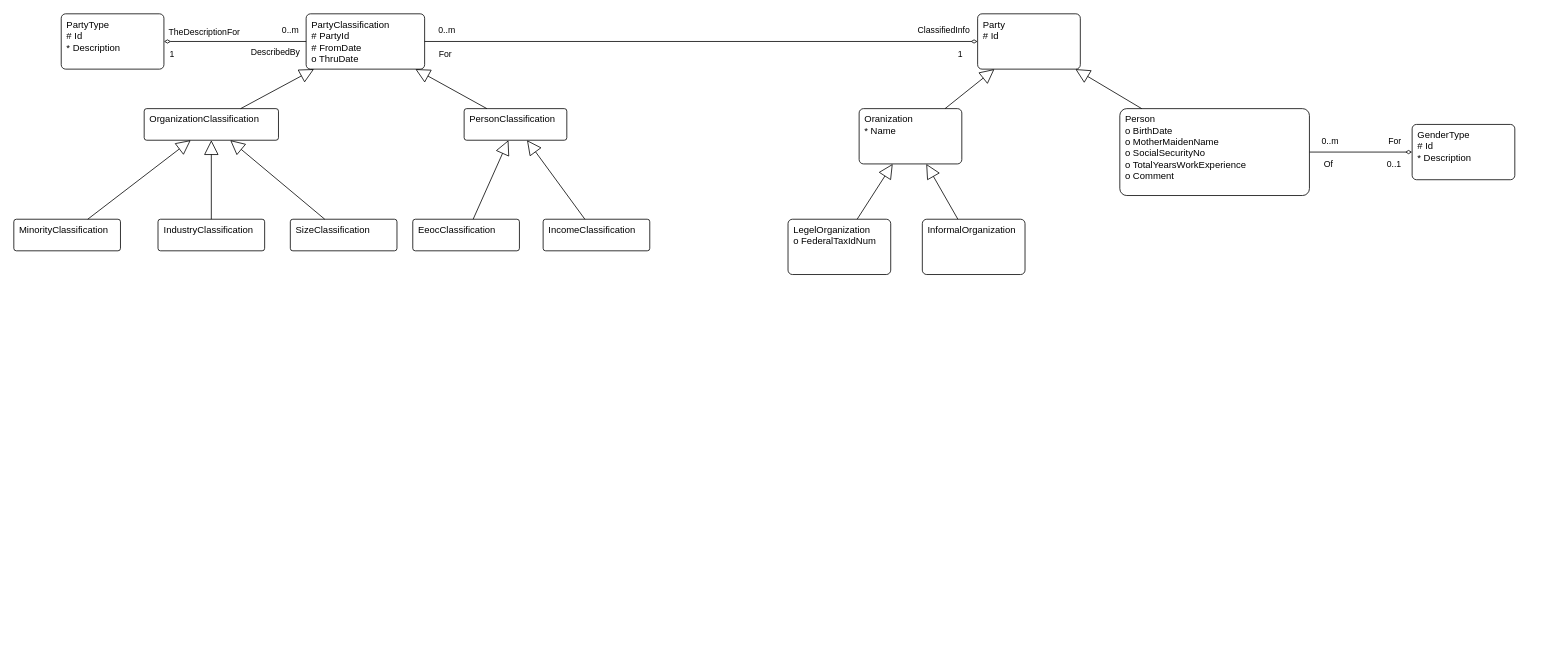
Earlier version of the draw.io diagram docs/draw/Parties.drawio (chavp/DataModeling). Source tidied: cells renumbered, new cells numbered last; positions are measured from the earlier drawing's top-left corner, leaving out a move shared by most shapes. Both pictures are drawn from the tidied source at 79%, with x=0, y=0 at pixel (13, 13).
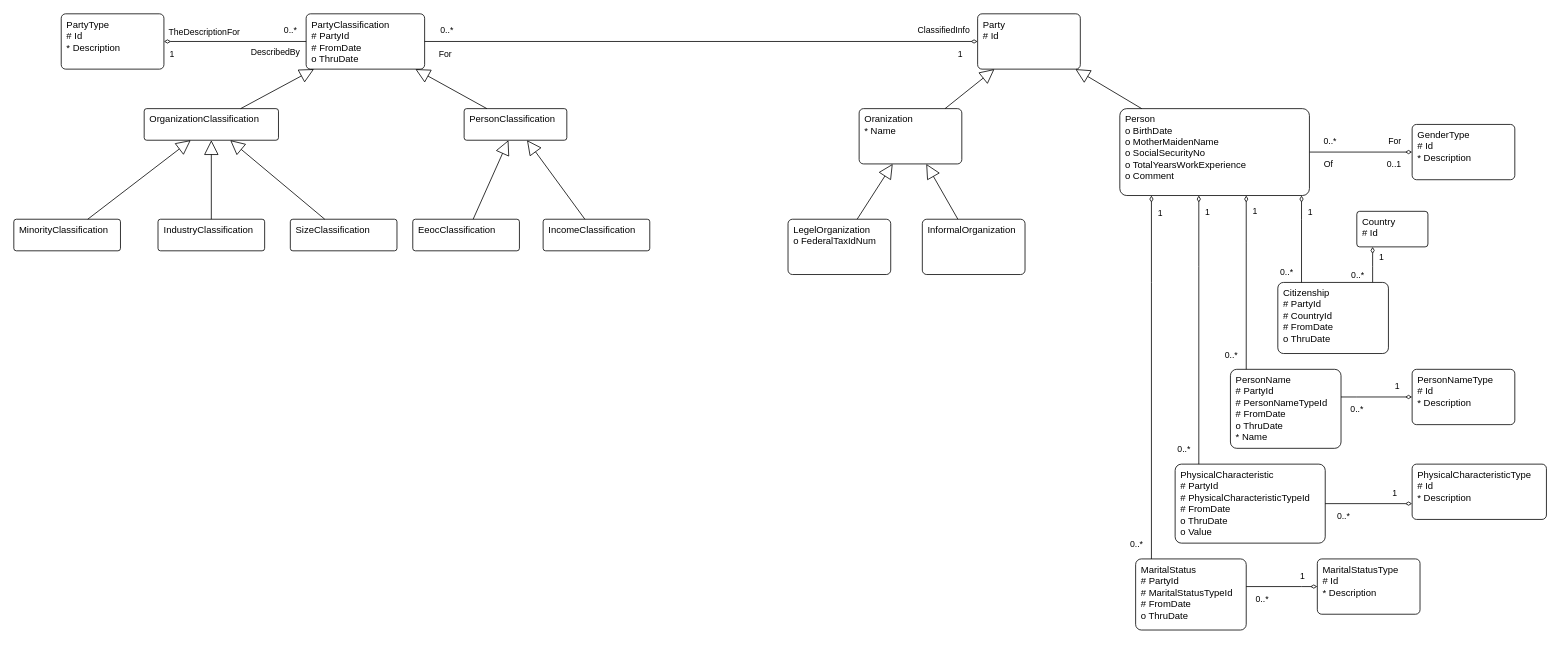
The same diagram, later.

Unchanged cells that the change refers to:
```xml
<mxCell id="5" style="edgeStyle=orthogonalEdgeStyle;rounded=0;jettySize=auto;html=1;startArrow=none;startFill=0;endArrow=diamondThin;endFill=0;" parent="1" edge="1" source="10" target="12">
  <mxGeometry relative="1" as="geometry" />
</mxCell>
<mxCell id="10" value="&lt;div&gt;&lt;span style=&quot;background-color: transparent; color: light-dark(rgb(0, 0, 0), rgb(255, 255, 255));&quot;&gt;Person&lt;/span&gt;&lt;/div&gt;&lt;div&gt;&lt;div&gt;o BirthDate&lt;/div&gt;&lt;/div&gt;&lt;div&gt;o MotherMaidenName&lt;/div&gt;&lt;div&gt;o SocialSecurityNo&lt;/div&gt;&lt;div&gt;o TotalYearsWorkExperience&lt;/div&gt;&lt;div&gt;o Comment&lt;/div&gt;&lt;div&gt;&lt;span style=&quot;background-color: transparent; color: light-dark(rgb(0, 0, 0), rgb(255, 255, 255));&quot;&gt;&lt;br&gt;&lt;/span&gt;&lt;/div&gt;" style="rounded=1;whiteSpace=wrap;html=1;verticalAlign=top;align=left;spacingTop=0;spacingLeft=5;arcSize=8;" parent="1" vertex="1">
  <mxGeometry x="1400" y="120" width="240" height="110" as="geometry" />
</mxCell>
<mxCell id="19" style="edgeStyle=orthogonalEdgeStyle;rounded=0;jettySize=auto;html=1;startArrow=none;startFill=0;endArrow=diamondThin;endFill=0;" parent="1" edge="1" source="17" target="2">
  <mxGeometry relative="1" as="geometry" />
</mxCell>
<mxCell id="24" style="edgeStyle=orthogonalEdgeStyle;rounded=0;jettySize=auto;html=1;startArrow=none;startFill=0;endArrow=diamondThin;endFill=0;" parent="1" edge="1" source="17" target="18">
  <mxGeometry relative="1" as="geometry" />
</mxCell>
```

What changed in the source:
```diff
@@
-    <mxCell id="6" value="0..m" style="edgeLabel;html=1;align=center;verticalAlign=middle;" parent="5" vertex="1">
+    <mxCell id="6" value="0..*" style="edgeLabel;html=1;align=center;verticalAlign=middle;" parent="5" vertex="1">
       <mxGeometry x="-0.46" relative="1" as="geometry">
         <mxPoint x="-10" y="-15" as="offset" />
       </mxGeometry>
     </mxCell>
@@
-    <mxCell id="20" value="0..m" style="edgeLabel;html=1;align=center;verticalAlign=middle;" parent="19" vertex="1">
+    <mxCell id="20" value="0..*" style="edgeLabel;html=1;align=center;verticalAlign=middle;" parent="19" vertex="1">
       <mxGeometry x="-0.46" relative="1" as="geometry">
         <mxPoint x="-162" y="-15" as="offset" />
       </mxGeometry>
     </mxCell>
@@
-    <mxCell id="25" value="0..m" style="edgeLabel;html=1;align=center;verticalAlign=middle;" parent="24" vertex="1">
+    <mxCell id="25" value="0..*" style="edgeLabel;html=1;align=center;verticalAlign=middle;" parent="24" vertex="1">
       <mxGeometry x="-0.46" relative="1" as="geometry">
         <mxPoint x="28" y="-15" as="offset" />
       </mxGeometry>
     </mxCell>
@@
+    <mxCell id="43" style="edgeStyle=orthogonalEdgeStyle;rounded=0;jettySize=auto;html=1;endArrow=diamondThin;endFill=0;" parent="1" edge="1" source="46" target="47">
+      <mxGeometry relative="1" as="geometry">
+        <Array as="points">
+          <mxPoint x="1720" y="320" />
+          <mxPoint x="1720" y="320" />
+        </Array>
+      </mxGeometry>
+    </mxCell>
+    <mxCell id="44" value="1" style="edgeLabel;html=1;align=center;verticalAlign=middle;" parent="43" vertex="1">
+      <mxGeometry x="0.48" y="-2" relative="1" as="geometry">
+        <mxPoint x="8" as="offset" />
+      </mxGeometry>
+    </mxCell>
+    <mxCell id="45" value="0..*" style="edgeLabel;html=1;align=center;verticalAlign=middle;" parent="43" vertex="1">
+      <mxGeometry x="-0.57" relative="1" as="geometry">
+        <mxPoint x="-20" as="offset" />
+      </mxGeometry>
+    </mxCell>
+    <mxCell id="46" value="&lt;div&gt;&lt;span style=&quot;background-color: transparent; color: light-dark(rgb(0, 0, 0), rgb(255, 255, 255));&quot;&gt;Citizenship&lt;/span&gt;&lt;/div&gt;&lt;div&gt;&lt;div&gt;#&amp;nbsp;&lt;span style=&quot;background-color: transparent; color: light-dark(rgb(0, 0, 0), rgb(255, 255, 255));&quot;&gt;PartyId&lt;/span&gt;&lt;/div&gt;&lt;/div&gt;&lt;div&gt;# CountryId&lt;/div&gt;&lt;div&gt;# FromDate&lt;/div&gt;&lt;div&gt;o ThruDate&lt;/div&gt;&lt;div&gt;&lt;span style=&quot;background-color: transparent; color: light-dark(rgb(0, 0, 0), rgb(255, 255, 255));&quot;&gt;&lt;br&gt;&lt;/span&gt;&lt;/div&gt;" style="rounded=1;whiteSpace=wrap;html=1;verticalAlign=top;align=left;spacingTop=0;spacingLeft=5;arcSize=8;" parent="1" vertex="1">
+      <mxGeometry x="1600" y="340" width="140" height="90" as="geometry" />
+    </mxCell>
+    <mxCell id="47" value="&lt;div&gt;&lt;span style=&quot;background-color: transparent; color: light-dark(rgb(0, 0, 0), rgb(255, 255, 255));&quot;&gt;Country&lt;/span&gt;&lt;/div&gt;&lt;div&gt;&lt;div&gt;# Id&lt;/div&gt;&lt;/div&gt;&lt;div&gt;&lt;span style=&quot;background-color: transparent; color: light-dark(rgb(0, 0, 0), rgb(255, 255, 255));&quot;&gt;&lt;br&gt;&lt;/span&gt;&lt;/div&gt;" style="rounded=1;whiteSpace=wrap;html=1;verticalAlign=top;align=left;spacingTop=0;spacingLeft=5;arcSize=8;" parent="1" vertex="1">
+      <mxGeometry x="1700" y="250" width="90" height="45" as="geometry" />
+    </mxCell>
+    <mxCell id="48" style="edgeStyle=orthogonalEdgeStyle;rounded=0;jettySize=auto;html=1;endArrow=diamondThin;endFill=0;" parent="1" edge="1" source="46" target="10">
+      <mxGeometry relative="1" as="geometry">
+        <Array as="points">
+          <mxPoint x="1630" y="260" />
+          <mxPoint x="1630" y="260" />
+        </Array>
+      </mxGeometry>
+    </mxCell>
+    <mxCell id="49" value="0..*" style="edgeLabel;html=1;align=center;verticalAlign=middle;" parent="48" vertex="1">
+      <mxGeometry x="-0.75" y="1" relative="1" as="geometry">
+        <mxPoint x="-19" as="offset" />
+      </mxGeometry>
+    </mxCell>
+    <mxCell id="50" value="1" style="edgeLabel;html=1;align=center;verticalAlign=middle;" parent="48" vertex="1">
+      <mxGeometry x="0.71" y="1" relative="1" as="geometry">
+        <mxPoint x="11" y="4" as="offset" />
+      </mxGeometry>
+    </mxCell>
+    <mxCell id="51" value="&lt;div&gt;&lt;span style=&quot;background-color: transparent; color: light-dark(rgb(0, 0, 0), rgb(255, 255, 255));&quot;&gt;PersonName&lt;/span&gt;&lt;/div&gt;&lt;div&gt;&lt;div&gt;# PartyId&lt;/div&gt;&lt;/div&gt;&lt;div&gt;# PersonNameTypeId&lt;/div&gt;&lt;div&gt;# FromDate&lt;/div&gt;&lt;div&gt;o ThruDate&lt;/div&gt;&lt;div&gt;* Name&lt;/div&gt;&lt;div&gt;&lt;span style=&quot;background-color: transparent; color: light-dark(rgb(0, 0, 0), rgb(255, 255, 255));&quot;&gt;&lt;br&gt;&lt;/span&gt;&lt;/div&gt;" style="rounded=1;whiteSpace=wrap;html=1;verticalAlign=top;align=left;spacingTop=0;spacingLeft=5;arcSize=8;" parent="1" vertex="1">
+      <mxGeometry x="1540" y="450" width="140" height="100" as="geometry" />
+    </mxCell>
+    <mxCell id="52" value="&lt;div&gt;&lt;span style=&quot;background-color: transparent; color: light-dark(rgb(0, 0, 0), rgb(255, 255, 255));&quot;&gt;PersonNameType&lt;/span&gt;&lt;/div&gt;&lt;div&gt;&lt;div&gt;# Id&lt;/div&gt;&lt;/div&gt;&lt;div&gt;* Description&lt;/div&gt;&lt;div&gt;&lt;span style=&quot;background-color: transparent; color: light-dark(rgb(0, 0, 0), rgb(255, 255, 255));&quot;&gt;&lt;br&gt;&lt;/span&gt;&lt;/div&gt;" style="rounded=1;whiteSpace=wrap;html=1;verticalAlign=top;align=left;spacingTop=0;spacingLeft=5;arcSize=8;" parent="1" vertex="1">
+      <mxGeometry x="1770" y="450" width="130" height="70" as="geometry" />
+    </mxCell>
+    <mxCell id="53" style="edgeStyle=orthogonalEdgeStyle;rounded=0;jettySize=auto;html=1;endArrow=diamondThin;endFill=0;" parent="1" edge="1" source="51" target="10">
+      <mxGeometry relative="1" as="geometry">
+        <Array as="points">
+          <mxPoint x="1560" y="290" />
+          <mxPoint x="1560" y="290" />
+        </Array>
+      </mxGeometry>
+    </mxCell>
+    <mxCell id="54" value="0..*" style="edgeLabel;html=1;align=center;verticalAlign=middle;" parent="53" vertex="1">
+      <mxGeometry x="-0.75" y="1" relative="1" as="geometry">
+        <mxPoint x="-19" y="9" as="offset" />
+      </mxGeometry>
+    </mxCell>
+    <mxCell id="55" value="1" style="edgeLabel;html=1;align=center;verticalAlign=middle;" parent="53" vertex="1">
+      <mxGeometry x="0.71" y="1" relative="1" as="geometry">
+        <mxPoint x="11" y="-13" as="offset" />
+      </mxGeometry>
+    </mxCell>
+    <mxCell id="56" style="edgeStyle=orthogonalEdgeStyle;rounded=0;jettySize=auto;html=1;endArrow=diamondThin;endFill=0;" parent="1" edge="1" source="51" target="52">
+      <mxGeometry relative="1" as="geometry">
+        <Array as="points">
+          <mxPoint x="1700" y="485" />
+          <mxPoint x="1700" y="485" />
+        </Array>
+      </mxGeometry>
+    </mxCell>
+    <mxCell id="57" value="0..*" style="edgeLabel;html=1;align=center;verticalAlign=middle;" parent="56" vertex="1">
+      <mxGeometry x="-0.75" y="1" relative="1" as="geometry">
+        <mxPoint x="8" y="16" as="offset" />
+      </mxGeometry>
+    </mxCell>
+    <mxCell id="58" value="1" style="edgeLabel;html=1;align=center;verticalAlign=middle;" parent="56" vertex="1">
+      <mxGeometry x="0.71" y="1" relative="1" as="geometry">
+        <mxPoint x="-7" y="-13" as="offset" />
+      </mxGeometry>
+    </mxCell>
+    <mxCell id="59" value="&lt;div&gt;&lt;span style=&quot;background-color: transparent; color: light-dark(rgb(0, 0, 0), rgb(255, 255, 255));&quot;&gt;PhysicalCharacteristic&lt;/span&gt;&lt;/div&gt;&lt;div&gt;&lt;div&gt;# PartyId&lt;/div&gt;&lt;/div&gt;&lt;div&gt;#&amp;nbsp;&lt;span style=&quot;color: light-dark(rgb(0, 0, 0), rgb(255, 255, 255)); background-color: transparent;&quot;&gt;PhysicalCharacteristic&lt;/span&gt;&lt;span style=&quot;color: light-dark(rgb(0, 0, 0), rgb(255, 255, 255)); background-color: transparent;&quot;&gt;Type&lt;/span&gt;Id&lt;/div&gt;&lt;div&gt;# FromDate&lt;/div&gt;&lt;div&gt;o ThruDate&lt;/div&gt;&lt;div&gt;o Value&lt;/div&gt;&lt;div&gt;&lt;span style=&quot;background-color: transparent; color: light-dark(rgb(0, 0, 0), rgb(255, 255, 255));&quot;&gt;&lt;br&gt;&lt;/span&gt;&lt;/div&gt;" style="rounded=1;whiteSpace=wrap;html=1;verticalAlign=top;align=left;spacingTop=0;spacingLeft=5;arcSize=8;" parent="1" vertex="1">
+      <mxGeometry x="1470" y="570" width="190" height="100" as="geometry" />
+    </mxCell>
+    <mxCell id="60" value="&lt;div&gt;&lt;span style=&quot;background-color: transparent; color: light-dark(rgb(0, 0, 0), rgb(255, 255, 255));&quot;&gt;PhysicalCharacteristic&lt;/span&gt;&lt;span style=&quot;background-color: transparent; color: light-dark(rgb(0, 0, 0), rgb(255, 255, 255));&quot;&gt;Type&lt;/span&gt;&lt;/div&gt;&lt;div&gt;&lt;div&gt;# Id&lt;/div&gt;&lt;/div&gt;&lt;div&gt;* Description&lt;/div&gt;&lt;div&gt;&lt;span style=&quot;background-color: transparent; color: light-dark(rgb(0, 0, 0), rgb(255, 255, 255));&quot;&gt;&lt;br&gt;&lt;/span&gt;&lt;/div&gt;" style="rounded=1;whiteSpace=wrap;html=1;verticalAlign=top;align=left;spacingTop=0;spacingLeft=5;arcSize=8;" parent="1" vertex="1">
+      <mxGeometry x="1770" y="570" width="170" height="70" as="geometry" />
+    </mxCell>
+    <mxCell id="61" style="edgeStyle=orthogonalEdgeStyle;rounded=0;jettySize=auto;html=1;endArrow=diamondThin;endFill=0;" parent="1" edge="1" source="59" target="60">
+      <mxGeometry relative="1" as="geometry">
+        <Array as="points">
+          <mxPoint x="1640" y="605" />
+          <mxPoint x="1640" y="605" />
+        </Array>
+      </mxGeometry>
+    </mxCell>
+    <mxCell id="62" value="0..*" style="edgeLabel;html=1;align=center;verticalAlign=middle;" parent="61" vertex="1">
+      <mxGeometry x="-0.75" y="1" relative="1" as="geometry">
+        <mxPoint x="8" y="16" as="offset" />
+      </mxGeometry>
+    </mxCell>
+    <mxCell id="63" value="1" style="edgeLabel;html=1;align=center;verticalAlign=middle;" parent="61" vertex="1">
+      <mxGeometry x="0.71" y="1" relative="1" as="geometry">
+        <mxPoint x="-7" y="-13" as="offset" />
+      </mxGeometry>
+    </mxCell>
+    <mxCell id="64" style="edgeStyle=orthogonalEdgeStyle;rounded=0;jettySize=auto;html=1;endArrow=diamondThin;endFill=0;" parent="1" edge="1" source="59" target="10">
+      <mxGeometry relative="1" as="geometry">
+        <Array as="points">
+          <mxPoint x="1500" y="320" />
+          <mxPoint x="1500" y="320" />
+        </Array>
+      </mxGeometry>
+    </mxCell>
+    <mxCell id="65" value="0..*" style="edgeLabel;html=1;align=center;verticalAlign=middle;" parent="64" vertex="1">
+      <mxGeometry x="-0.75" y="1" relative="1" as="geometry">
+        <mxPoint x="-19" y="23" as="offset" />
+      </mxGeometry>
+    </mxCell>
+    <mxCell id="66" value="1" style="edgeLabel;html=1;align=center;verticalAlign=middle;" parent="64" vertex="1">
+      <mxGeometry x="0.71" y="1" relative="1" as="geometry">
+        <mxPoint x="11" y="-29" as="offset" />
+      </mxGeometry>
+    </mxCell>
+    <mxCell id="67" value="&lt;div&gt;&lt;span style=&quot;background-color: transparent; color: light-dark(rgb(0, 0, 0), rgb(255, 255, 255));&quot;&gt;MaritalStatus&lt;/span&gt;&lt;/div&gt;&lt;div&gt;&lt;div&gt;#&amp;nbsp;&lt;span style=&quot;background-color: transparent; color: light-dark(rgb(0, 0, 0), rgb(255, 255, 255));&quot;&gt;PartyId&lt;/span&gt;&lt;/div&gt;&lt;/div&gt;&lt;div&gt;#&amp;nbsp;&lt;span style=&quot;color: light-dark(rgb(0, 0, 0), rgb(255, 255, 255)); background-color: transparent;&quot;&gt;MaritalStatus&lt;/span&gt;&lt;span style=&quot;color: light-dark(rgb(0, 0, 0), rgb(255, 255, 255)); background-color: transparent;&quot;&gt;Type&lt;/span&gt;Id&lt;/div&gt;&lt;div&gt;# FromDate&lt;/div&gt;&lt;div&gt;o ThruDate&lt;/div&gt;&lt;div&gt;&lt;span style=&quot;background-color: transparent; color: light-dark(rgb(0, 0, 0), rgb(255, 255, 255));&quot;&gt;&lt;br&gt;&lt;/span&gt;&lt;/div&gt;" style="rounded=1;whiteSpace=wrap;html=1;verticalAlign=top;align=left;spacingTop=0;spacingLeft=5;arcSize=8;" parent="1" vertex="1">
+      <mxGeometry x="1420" y="690" width="140" height="90" as="geometry" />
+    </mxCell>
+    <mxCell id="68" value="&lt;div&gt;&lt;span style=&quot;background-color: transparent; color: light-dark(rgb(0, 0, 0), rgb(255, 255, 255));&quot;&gt;MaritalStatus&lt;/span&gt;&lt;span style=&quot;background-color: transparent; color: light-dark(rgb(0, 0, 0), rgb(255, 255, 255));&quot;&gt;Type&lt;/span&gt;&lt;/div&gt;&lt;div&gt;&lt;div&gt;# Id&lt;/div&gt;&lt;/div&gt;&lt;div&gt;* Description&lt;/div&gt;&lt;div&gt;&lt;span style=&quot;background-color: transparent; color: light-dark(rgb(0, 0, 0), rgb(255, 255, 255));&quot;&gt;&lt;br&gt;&lt;/span&gt;&lt;/div&gt;" style="rounded=1;whiteSpace=wrap;html=1;verticalAlign=top;align=left;spacingTop=0;spacingLeft=5;arcSize=8;" parent="1" vertex="1">
+      <mxGeometry x="1650" y="690" width="130" height="70" as="geometry" />
+    </mxCell>
+    <mxCell id="69" style="edgeStyle=orthogonalEdgeStyle;rounded=0;jettySize=auto;html=1;endArrow=diamondThin;endFill=0;" parent="1" edge="1" source="67" target="68">
+      <mxGeometry relative="1" as="geometry">
+        <Array as="points">
+          <mxPoint x="1630" y="725" />
+          <mxPoint x="1630" y="725" />
+        </Array>
+      </mxGeometry>
+    </mxCell>
+    <mxCell id="70" value="0..*" style="edgeLabel;html=1;align=center;verticalAlign=middle;" parent="69" vertex="1">
+      <mxGeometry x="-0.75" y="1" relative="1" as="geometry">
+        <mxPoint x="8" y="16" as="offset" />
+      </mxGeometry>
+    </mxCell>
+    <mxCell id="71" value="1" style="edgeLabel;html=1;align=center;verticalAlign=middle;" parent="69" vertex="1">
+      <mxGeometry x="0.71" y="1" relative="1" as="geometry">
+        <mxPoint x="-7" y="-13" as="offset" />
+      </mxGeometry>
+    </mxCell>
+    <mxCell id="72" style="edgeStyle=orthogonalEdgeStyle;rounded=0;jettySize=auto;html=1;endArrow=diamondThin;endFill=0;" parent="1" edge="1" source="67" target="10">
+      <mxGeometry relative="1" as="geometry">
+        <Array as="points">
+          <mxPoint x="1440" y="340" />
+          <mxPoint x="1440" y="340" />
+        </Array>
+      </mxGeometry>
+    </mxCell>
+    <mxCell id="73" value="0..*" style="edgeLabel;html=1;align=center;verticalAlign=middle;" parent="72" vertex="1">
+      <mxGeometry x="-0.75" y="1" relative="1" as="geometry">
+        <mxPoint x="-19" y="38" as="offset" />
+      </mxGeometry>
+    </mxCell>
+    <mxCell id="74" value="1" style="edgeLabel;html=1;align=center;verticalAlign=middle;" parent="72" vertex="1">
+      <mxGeometry x="0.71" y="1" relative="1" as="geometry">
+        <mxPoint x="11" y="-46" as="offset" />
+      </mxGeometry>
+    </mxCell>
```
